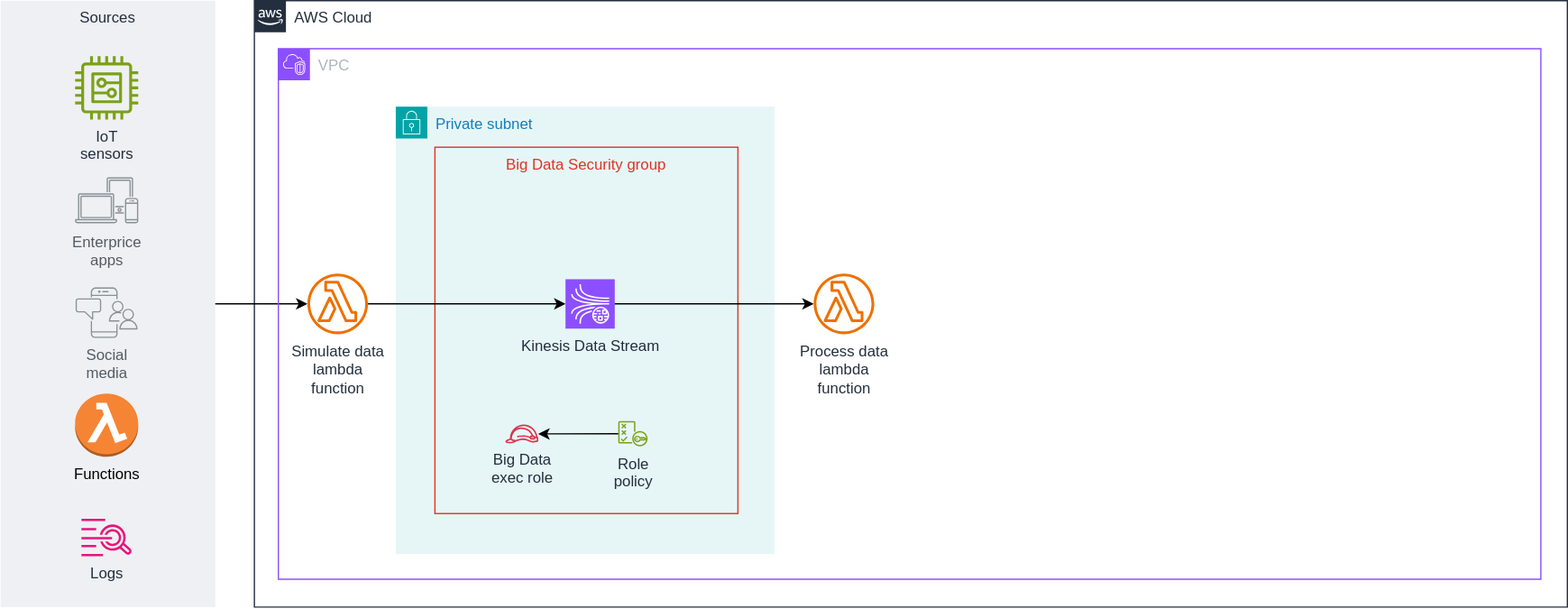
Before: data-batch-and-stream-architecture-pattern.drawio.svg, a diagram exported from draw.io (edgarinhm/b4bit-architecture-scalable-challenge). Source tidied: cells renumbered, new cells last; positions are measured from the earlier drawing's top-left corner, leaving out a move shared by most shapes.
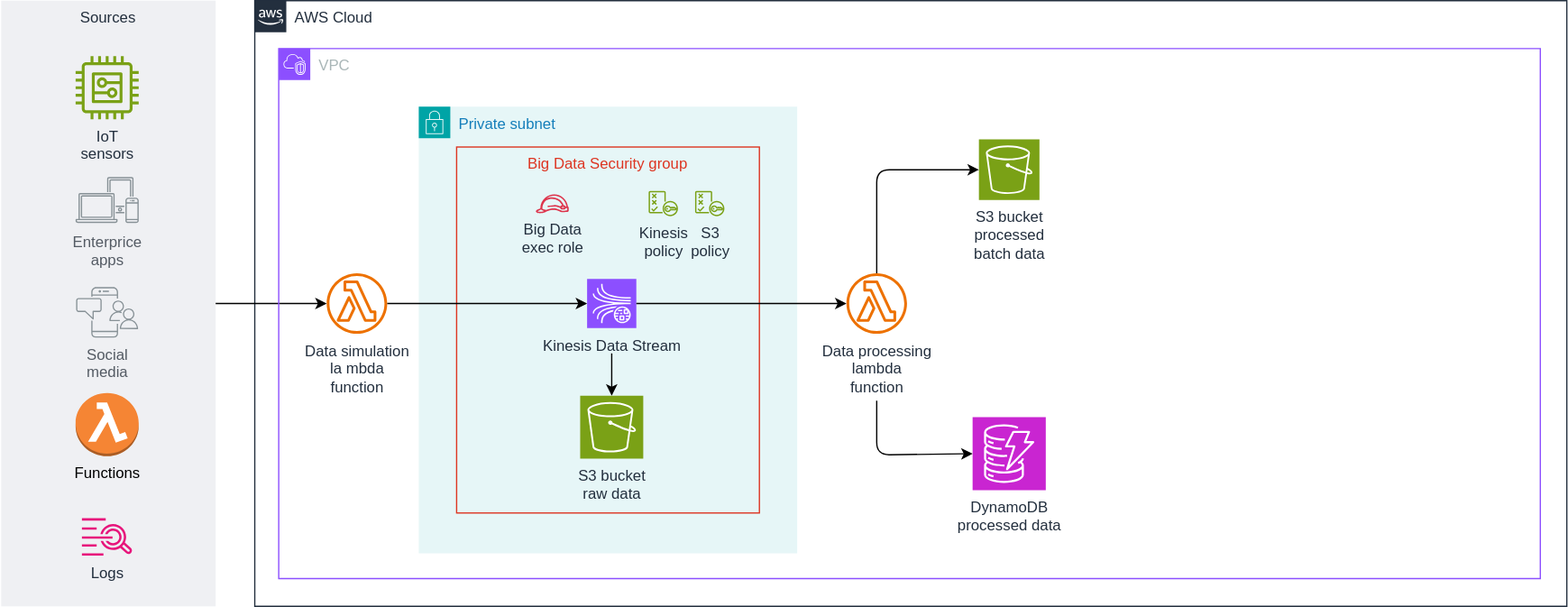
After the change.

Commit message:
add processed data layer

What changed in the source:
```diff
@@ -5,8 +5,8 @@
     <mxCell id="2" value="AWS Cloud" style="gradientColor=none;html=1;whiteSpace=wrap;fontSize=12;fontStyle=0;shape=mxgraph.aws4.group;grIcon=mxgraph.aws4.group_aws_cloud_alt;strokeColor=#232F3E;fillColor=none;verticalAlign=top;align=left;spacingLeft=30;fontColor=#232F3E;dashed=0;" parent="1" vertex="1">
       <mxGeometry x="201" width="1040" height="480" as="geometry" />
     </mxCell>
-    <mxCell id="3" value="Simulate data&amp;nbsp;&lt;div&gt;lambda&lt;/div&gt;&lt;div&gt;function&lt;/div&gt;" style="sketch=0;outlineConnect=0;fontColor=#232F3E;gradientColor=none;fillColor=#ED7100;strokeColor=none;dashed=0;verticalLabelPosition=bottom;verticalAlign=top;align=center;html=1;fontSize=12;fontStyle=0;shape=mxgraph.aws4.lambda_function;" parent="2" vertex="1">
-      <mxGeometry x="42" y="216" width="48" height="48" as="geometry" />
+    <mxCell id="3" value="&lt;span style=&quot;background-color: transparent;&quot;&gt;&lt;font color=&quot;#232f3e&quot;&gt;Data simulation&amp;nbsp;&lt;/font&gt;&lt;/span&gt;&lt;div&gt;&lt;span style=&quot;background-color: transparent;&quot;&gt;&lt;font color=&quot;#232f3e&quot;&gt;la&lt;/font&gt;mbda&lt;/span&gt;&lt;div&gt;function&lt;/div&gt;&lt;/div&gt;" style="sketch=0;outlineConnect=0;fontColor=#232F3E;gradientColor=none;fillColor=#ED7100;strokeColor=none;dashed=0;verticalLabelPosition=bottom;verticalAlign=top;align=center;html=1;fontSize=12;fontStyle=0;shape=mxgraph.aws4.lambda_function;" parent="2" vertex="1">
+      <mxGeometry x="57" y="216" width="48" height="48" as="geometry" />
     </mxCell>
     <mxCell id="4" style="group;" parent="1" vertex="1">
       <mxGeometry width="170" height="480" as="geometry" />
@@ -35,17 +35,27 @@
     <mxCell id="12" value="VPC" style="gradientColor=none;html=1;whiteSpace=wrap;fontSize=12;fontStyle=0;shape=mxgraph.aws4.group;grIcon=mxgraph.aws4.group_vpc2;strokeColor=#8C4FFF;fillColor=none;verticalAlign=top;align=left;spacingLeft=30;fontColor=#AAB7B8;dashed=0;" parent="1" vertex="1">
       <mxGeometry x="220" y="38" width="1000" height="420" as="geometry" />
     </mxCell>
-    <mxCell id="13" style="group;" parent="12" vertex="1">
-      <mxGeometry x="93" y="46" width="379" height="354" as="geometry" />
-    </mxCell>
+    <mxCell id="24" value="&lt;div&gt;S3 bucket&lt;/div&gt;&lt;div&gt;processed&lt;/div&gt;&lt;div&gt;batch data&lt;/div&gt;" style="sketch=0;points=[[0,0,0],[0.25,0,0],[0.5,0,0],[0.75,0,0],[1,0,0],[0,1,0],[0.25,1,0],[0.5,1,0],[0.75,1,0],[1,1,0],[0,0.25,0],[0,0.5,0],[0,0.75,0],[1,0.25,0],[1,0.5,0],[1,0.75,0]];outlineConnect=0;fontColor=#232F3E;fillColor=#7AA116;strokeColor=#ffffff;dashed=0;verticalLabelPosition=bottom;verticalAlign=top;align=center;html=1;fontSize=12;fontStyle=0;shape=mxgraph.aws4.resourceIcon;resIcon=mxgraph.aws4.s3;" parent="12" vertex="1">
+      <mxGeometry x="555" y="72" width="48" height="48" as="geometry" />
+    </mxCell>
+    <mxCell id="25" style="edgeStyle=none;html=1;entryX=0;entryY=0.5;entryDx=0;entryDy=0;entryPerimeter=0;" parent="12" edge="1" source="15" target="24">
+      <mxGeometry relative="1" as="geometry">
+        <Array as="points">
+          <mxPoint x="474" y="96" />
+        </Array>
+      </mxGeometry>
+    </mxCell>
+    <mxCell id="15" value="&lt;span style=&quot;background-color: transparent;&quot;&gt;&lt;font color=&quot;#232f3e&quot;&gt;Data processing&lt;/font&gt;&lt;/span&gt;&lt;div&gt;&lt;span style=&quot;background-color: transparent;&quot;&gt;lambda&lt;/span&gt;&lt;div&gt;&lt;div&gt;function&lt;/div&gt;&lt;/div&gt;&lt;/div&gt;" style="sketch=0;outlineConnect=0;fontColor=#232F3E;gradientColor=none;fillColor=#ED7100;strokeColor=none;dashed=0;verticalLabelPosition=bottom;verticalAlign=top;align=center;html=1;fontSize=12;fontStyle=0;shape=mxgraph.aws4.lambda_function;" parent="12" vertex="1">
+      <mxGeometry x="450" y="178" width="48" height="48" as="geometry" />
+    </mxCell>
+    <mxCell id="26" style="group;" parent="12" vertex="1">
+      <mxGeometry x="111" y="46" width="300" height="354" as="geometry" />
+    </mxCell>
-    <mxCell id="14" value="Private subnet" style="gradientColor=none;html=1;whiteSpace=wrap;fontSize=12;fontStyle=0;shape=mxgraph.aws4.group;grIcon=mxgraph.aws4.group_security_group;grStroke=0;strokeColor=#00A4A6;fillColor=#E6F6F7;verticalAlign=top;align=left;spacingLeft=30;fontColor=#147EBA;dashed=0;" parent="13" vertex="1">
+    <mxCell id="14" value="Private subnet" style="gradientColor=none;html=1;whiteSpace=wrap;fontSize=12;fontStyle=0;shape=mxgraph.aws4.group;grIcon=mxgraph.aws4.group_security_group;grStroke=0;strokeColor=#00A4A6;fillColor=#E6F6F7;verticalAlign=top;align=left;spacingLeft=30;fontColor=#147EBA;dashed=0;" parent="26" vertex="1">
       <mxGeometry width="300" height="354" as="geometry" />
     </mxCell>
-    <mxCell id="15" value="Process data&lt;div&gt;lambda&lt;div&gt;function&lt;/div&gt;&lt;/div&gt;" style="sketch=0;outlineConnect=0;fontColor=#232F3E;gradientColor=none;fillColor=#ED7100;strokeColor=none;dashed=0;verticalLabelPosition=bottom;verticalAlign=top;align=center;html=1;fontSize=12;fontStyle=0;shape=mxgraph.aws4.lambda_function;" parent="13" vertex="1">
-      <mxGeometry x="331" y="132" width="48" height="48" as="geometry" />
-    </mxCell>
-    <mxCell id="16" style="group;" parent="13" vertex="1">
-      <mxGeometry x="31" y="34" width="240" height="290" as="geometry" />
+    <mxCell id="16" style="group;" parent="26" vertex="1">
+      <mxGeometry x="30" y="34" width="240" height="290" as="geometry" />
     </mxCell>
     <mxCell id="17" value="Big Data Security group" style="fillColor=none;strokeColor=#DD3522;verticalAlign=top;fontStyle=0;fontColor=#DD3522;whiteSpace=wrap;html=1;" parent="16" vertex="1">
       <mxGeometry y="-2" width="240" height="290" as="geometry" />
@@ -53,18 +63,34 @@
     <mxCell id="18" value="Kinesis Data Stream" style="sketch=0;points=[[0,0,0],[0.25,0,0],[0.5,0,0],[0.75,0,0],[1,0,0],[0,1,0],[0.25,1,0],[0.5,1,0],[0.75,1,0],[1,1,0],[0,0.25,0],[0,0.5,0],[0,0.75,0],[1,0.25,0],[1,0.5,0],[1,0.75,0]];outlineConnect=0;fontColor=#232F3E;fillColor=#8C4FFF;strokeColor=#ffffff;dashed=0;verticalLabelPosition=bottom;verticalAlign=top;align=center;html=1;fontSize=12;fontStyle=0;shape=mxgraph.aws4.resourceIcon;resIcon=mxgraph.aws4.kinesis_data_streams;" parent="16" vertex="1">
       <mxGeometry x="103.4" y="102.5" width="39" height="39" as="geometry" />
     </mxCell>
+    <mxCell id="27" style="edgeStyle=none;html=1;sourcePerimeterSpacing=20;" parent="16" edge="1" source="18" target="28">
+      <mxGeometry relative="1" as="geometry" />
+    </mxCell>
     <mxCell id="19" value="Big Data&lt;div&gt;exec role&lt;/div&gt;" style="sketch=0;outlineConnect=0;fontColor=#232F3E;gradientColor=none;fillColor=#DD344C;strokeColor=none;dashed=0;verticalLabelPosition=bottom;verticalAlign=top;align=center;html=1;fontSize=12;fontStyle=0;shape=mxgraph.aws4.role;" parent="16" vertex="1">
-      <mxGeometry x="55.5" y="217.5" width="26.6" height="15" as="geometry" />
+      <mxGeometry x="62.5" y="35.5" width="26.6" height="15" as="geometry" />
     </mxCell>
-    <mxCell id="20" value="Role&amp;nbsp;&lt;div&gt;policy&lt;/div&gt;" style="sketch=0;outlineConnect=0;fontColor=#232F3E;gradientColor=none;fillColor=#7AA116;strokeColor=none;dashed=0;verticalLabelPosition=bottom;verticalAlign=top;align=center;html=1;fontSize=12;fontStyle=0;shape=mxgraph.aws4.policy;" parent="16" vertex="1">
-      <mxGeometry x="145.2" y="214.8" width="23.3" height="20" as="geometry" />
+    <mxCell id="20" value="Kinesis&lt;div&gt;&lt;span style=&quot;background-color: transparent;&quot;&gt;policy&lt;/span&gt;&lt;/div&gt;" style="sketch=0;outlineConnect=0;fontColor=#232F3E;gradientColor=none;fillColor=#7AA116;strokeColor=none;dashed=0;verticalLabelPosition=bottom;verticalAlign=top;align=center;html=1;fontSize=12;fontStyle=0;shape=mxgraph.aws4.policy;" parent="16" vertex="1">
+      <mxGeometry x="152.2" y="32.8" width="23.3" height="20" as="geometry" />
     </mxCell>
-    <mxCell id="21" style="edgeStyle=none;html=1;" parent="16" edge="1" source="20" target="19">
-      <mxGeometry relative="1" as="geometry" />
-    </mxCell>
+    <mxCell id="28" value="&lt;div&gt;S3 bucket&lt;/div&gt;raw data" style="sketch=0;points=[[0,0,0],[0.25,0,0],[0.5,0,0],[0.75,0,0],[1,0,0],[0,1,0],[0.25,1,0],[0.5,1,0],[0.75,1,0],[1,1,0],[0,0.25,0],[0,0.5,0],[0,0.75,0],[1,0.25,0],[1,0.5,0],[1,0.75,0]];outlineConnect=0;fontColor=#232F3E;fillColor=#7AA116;strokeColor=#ffffff;dashed=0;verticalLabelPosition=bottom;verticalAlign=top;align=center;html=1;fontSize=12;fontStyle=0;shape=mxgraph.aws4.resourceIcon;resIcon=mxgraph.aws4.s3;" parent="16" vertex="1">
+      <mxGeometry x="97.9" y="195" width="50" height="50" as="geometry" />
+    </mxCell>
+    <mxCell id="29" value="&lt;span style=&quot;background-color: transparent;&quot;&gt;S3&lt;/span&gt;&lt;div&gt;policy&lt;/div&gt;" style="sketch=0;fontColor=#232F3E;gradientColor=none;fillColor=#7AA116;strokeColor=none;dashed=0;verticalLabelPosition=bottom;verticalAlign=top;align=center;html=1;fontSize=12;fontStyle=0;shape=mxgraph.aws4.policy;" parent="16" vertex="1">
+      <mxGeometry x="189" y="32.8" width="23.3" height="20" as="geometry" />
+    </mxCell>
-    <mxCell id="22" style="edgeStyle=none;html=1;" parent="13" edge="1" source="18" target="15">
+    <mxCell id="22" style="edgeStyle=none;html=1;" parent="12" edge="1" source="18" target="15">
       <mxGeometry relative="1" as="geometry" />
     </mxCell>
+    <mxCell id="30" value="DynamoDB&lt;div&gt;processed data&lt;/div&gt;" style="sketch=0;points=[[0,0,0],[0.25,0,0],[0.5,0,0],[0.75,0,0],[1,0,0],[0,1,0],[0.25,1,0],[0.5,1,0],[0.75,1,0],[1,1,0],[0,0.25,0],[0,0.5,0],[0,0.75,0],[1,0.25,0],[1,0.5,0],[1,0.75,0]];outlineConnect=0;fontColor=#232F3E;fillColor=#C925D1;strokeColor=#ffffff;dashed=0;verticalLabelPosition=bottom;verticalAlign=top;align=center;html=1;fontSize=12;fontStyle=0;shape=mxgraph.aws4.resourceIcon;resIcon=mxgraph.aws4.dynamodb;" parent="12" vertex="1">
+      <mxGeometry x="550" y="292" width="58" height="58" as="geometry" />
+    </mxCell>
+    <mxCell id="31" style="edgeStyle=none;html=1;entryX=0;entryY=0.5;entryDx=0;entryDy=0;entryPerimeter=0;sourcePerimeterSpacing=53;" parent="12" edge="1" source="15" target="30">
+      <mxGeometry relative="1" as="geometry">
+        <Array as="points">
+          <mxPoint x="474" y="322" />
+        </Array>
+      </mxGeometry>
+    </mxCell>
     <mxCell id="23" style="edgeStyle=none;html=1;entryX=0;entryY=0.5;entryDx=0;entryDy=0;entryPerimeter=0;" parent="1" edge="1" source="3" target="18">
       <mxGeometry relative="1" as="geometry" />
     </mxCell>
```
